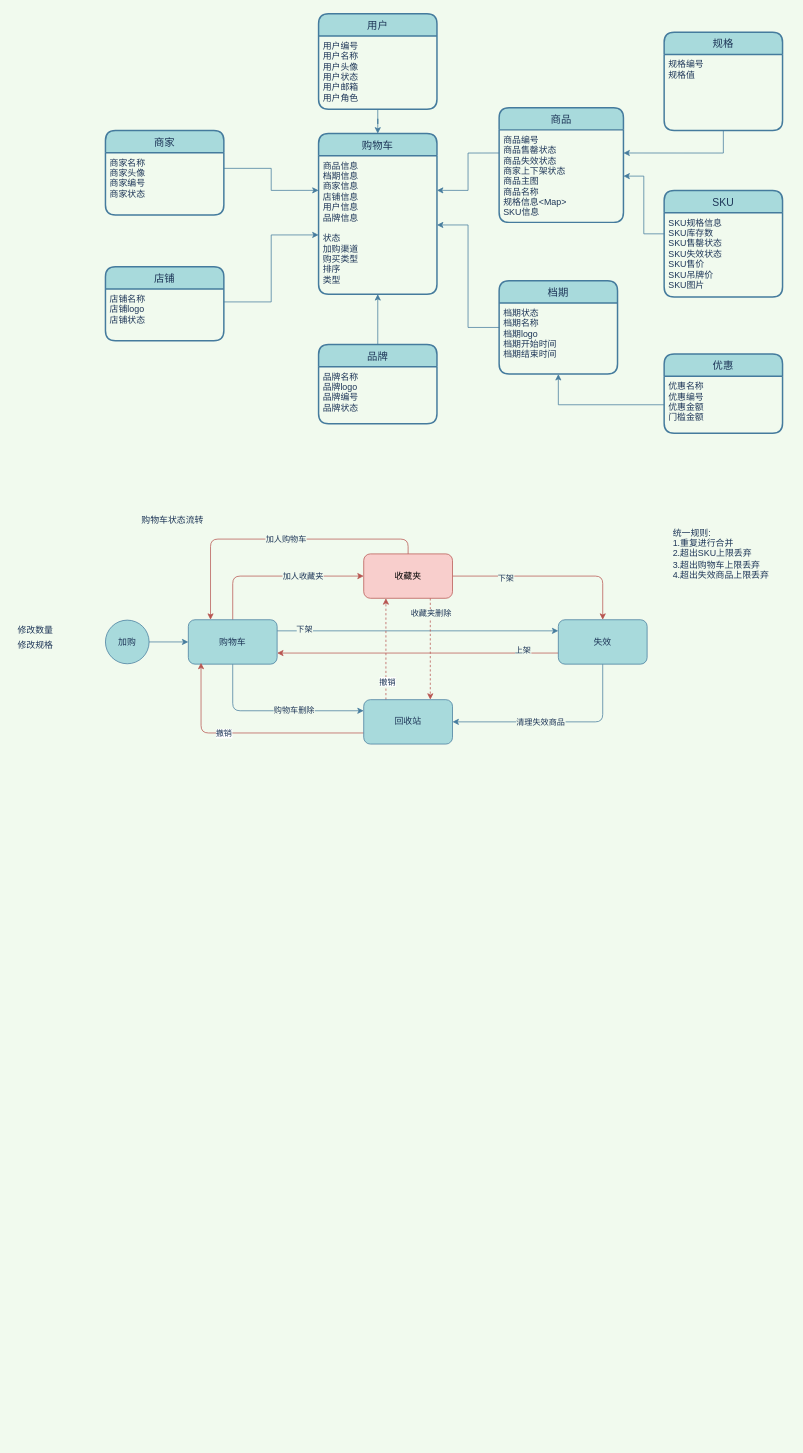
Earlier version of the draw.io diagram 购物车领域模型图.drawio (mingtian110/pc_home). Source tidied: cells renumbered, new cells numbered last; positions are measured from the earlier drawing's top-left corner, leaving out a move shared by most shapes. Both pictures are drawn from the tidied source at 74%, with x=0, y=0 at pixel (13, 13).
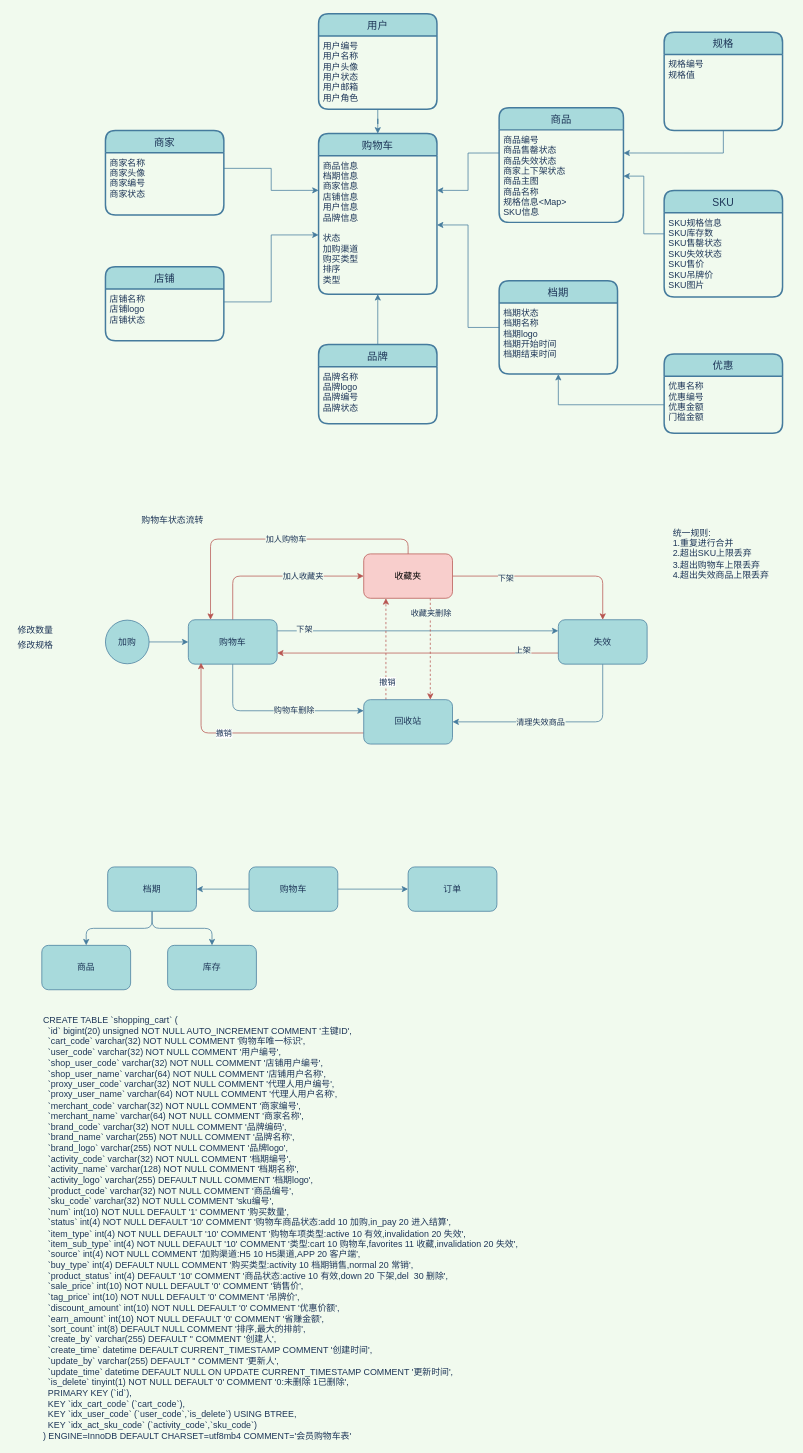
Above is the later version.

Commit message:
更新购物车领域模型图.drawio

What changed in the source:
```diff
@@
+    <mxCell id="61" style="edgeStyle=orthogonalEdgeStyle;rounded=1;sketch=0;jettySize=auto;html=1;exitX=0;exitY=0.5;exitDx=0;exitDy=0;strokeColor=#457B9D;fillColor=#A8DADC;fontColor=#1D3557;" parent="1" edge="1" source="63" target="67">
+      <mxGeometry relative="1" as="geometry" />
+    </mxCell>
+    <mxCell id="62" style="edgeStyle=orthogonalEdgeStyle;rounded=1;sketch=0;jettySize=auto;html=1;exitX=1;exitY=0.5;exitDx=0;exitDy=0;strokeColor=#457B9D;fillColor=#A8DADC;fontColor=#1D3557;" parent="1" edge="1" source="63" target="64">
+      <mxGeometry relative="1" as="geometry" />
+    </mxCell>
+    <mxCell id="63" value="购物车" style="rounded=1;whiteSpace=wrap;html=1;sketch=0;strokeColor=#457B9D;fillColor=#A8DADC;fontColor=#1D3557;" parent="1" vertex="1">
+      <mxGeometry x="319" y="1153" width="120" height="60" as="geometry" />
+    </mxCell>
+    <mxCell id="64" value="订单" style="rounded=1;whiteSpace=wrap;html=1;sketch=0;strokeColor=#457B9D;fillColor=#A8DADC;fontColor=#1D3557;" parent="1" vertex="1">
+      <mxGeometry x="534" y="1153" width="120" height="60" as="geometry" />
+    </mxCell>
+    <mxCell id="65" style="edgeStyle=orthogonalEdgeStyle;rounded=1;sketch=0;jettySize=auto;html=1;exitX=0.5;exitY=1;exitDx=0;exitDy=0;strokeColor=#457B9D;fillColor=#A8DADC;fontColor=#1D3557;" parent="1" edge="1" source="67" target="68">
+      <mxGeometry relative="1" as="geometry" />
+    </mxCell>
+    <mxCell id="66" style="edgeStyle=orthogonalEdgeStyle;rounded=1;sketch=0;jettySize=auto;html=1;exitX=0.5;exitY=1;exitDx=0;exitDy=0;strokeColor=#457B9D;fillColor=#A8DADC;fontColor=#1D3557;" parent="1" edge="1" source="67" target="69">
+      <mxGeometry relative="1" as="geometry" />
+    </mxCell>
+    <mxCell id="67" value="档期" style="rounded=1;whiteSpace=wrap;html=1;sketch=0;strokeColor=#457B9D;fillColor=#A8DADC;fontColor=#1D3557;" parent="1" vertex="1">
+      <mxGeometry x="128" y="1153" width="120" height="60" as="geometry" />
+    </mxCell>
+    <mxCell id="68" value="商品" style="rounded=1;whiteSpace=wrap;html=1;sketch=0;strokeColor=#457B9D;fillColor=#A8DADC;fontColor=#1D3557;" parent="1" vertex="1">
+      <mxGeometry x="39" y="1259" width="120" height="60" as="geometry" />
+    </mxCell>
+    <mxCell id="69" value="库存" style="rounded=1;whiteSpace=wrap;html=1;sketch=0;strokeColor=#457B9D;fillColor=#A8DADC;fontColor=#1D3557;" parent="1" vertex="1">
+      <mxGeometry x="209" y="1259" width="120" height="60" as="geometry" />
+    </mxCell>
+    <mxCell id="70" value="CREATE TABLE `shopping_cart` (&lt;br&gt;&amp;nbsp; `id` bigint(20) unsigned NOT NULL AUTO_INCREMENT COMMENT '主键ID',&lt;br&gt;&amp;nbsp; `cart_code` varchar(32) NOT NULL COMMENT '购物车唯一标识',&lt;br&gt;&amp;nbsp; `user_code` varchar(32) NOT NULL COMMENT '用户编号',&lt;br&gt;&amp;nbsp; `shop_user_code` varchar(32) NOT NULL COMMENT '店铺用户编号',&lt;br&gt;&amp;nbsp; `shop_user_name` varchar(64) NOT NULL COMMENT '店铺用户名称',&lt;br&gt;&amp;nbsp; `proxy_user_code` varchar(32) NOT NULL COMMENT '代理人用户编号',&lt;br&gt;&amp;nbsp; `proxy_user_name` varchar(64) NOT NULL COMMENT '代理人用户名称',&lt;br&gt;&amp;nbsp; `merchant_code` varchar(32) NOT NULL COMMENT '商家编号',&lt;br&gt;&amp;nbsp; `merchant_name` varchar(64) NOT NULL COMMENT '商家名称',&lt;br&gt;&amp;nbsp; `brand_code` varchar(32) NOT NULL COMMENT '品牌编码',&lt;br&gt;&amp;nbsp; `brand_name` varchar(255) NOT NULL COMMENT '品牌名称',&lt;br&gt;&amp;nbsp; `brand_logo` varchar(255) NOT NULL COMMENT '品牌logo',&lt;br&gt;&amp;nbsp; `activity_code` varchar(32) NOT NULL COMMENT '档期编号',&lt;br&gt;&amp;nbsp; `activity_name` varchar(128) NOT NULL COMMENT '档期名称',&lt;br&gt;&amp;nbsp; `activity_logo` varchar(255) DEFAULT NULL COMMENT '档期logo',&lt;br&gt;&amp;nbsp; `product_code` varchar(32) NOT NULL COMMENT '商品编号',&lt;br&gt;&amp;nbsp; `sku_code` varchar(32) NOT NULL COMMENT 'sku编号',&lt;br&gt;&amp;nbsp; `num` int(10) NOT NULL DEFAULT '1' COMMENT '购买数量',&lt;br&gt;&amp;nbsp; `status` int(4) NOT NULL DEFAULT '10' COMMENT '购物车商品状态:add 10 加购,in_pay 20 进入结算',&lt;br&gt;&amp;nbsp; `item_type` int(4) NOT NULL DEFAULT '10' COMMENT '购物车项类型:active 10 有效,invalidation 20 失效',&lt;br&gt;&amp;nbsp; `item_sub_type` int(4) NOT NULL DEFAULT '10' COMMENT '类型:cart 10 购物车,favorites 11 收藏,invalidation 20 失效',&lt;br&gt;&amp;nbsp; `source` int(4) NOT NULL COMMENT '加购渠道:H5 10 H5渠道,APP 20 客户端',&lt;br&gt;&amp;nbsp; `buy_type` int(4) DEFAULT NULL COMMENT '购买类型:activity 10 档期销售,normal 20 常销',&lt;br&gt;&amp;nbsp; `product_status` int(4) DEFAULT '10' COMMENT '商品状态:active 10 有效,down 20 下架,del&amp;nbsp; 30 删除',&lt;br&gt;&amp;nbsp; `sale_price` int(10) NOT NULL DEFAULT '0' COMMENT '销售价',&lt;br&gt;&amp;nbsp; `tag_price` int(10) NOT NULL DEFAULT '0' COMMENT '吊牌价',&lt;br&gt;&amp;nbsp; `discount_amount` int(10) NOT NULL DEFAULT '0' COMMENT '优惠价额',&lt;br&gt;&amp;nbsp; `earn_amount` int(10) NOT NULL DEFAULT '0' COMMENT '省赚金额',&lt;br&gt;&amp;nbsp; `sort_count` int(8) DEFAULT NULL COMMENT '排序,最大的排前',&lt;br&gt;&amp;nbsp; `create_by` varchar(255) DEFAULT '' COMMENT '创建人',&lt;br&gt;&amp;nbsp; `create_time` datetime DEFAULT CURRENT_TIMESTAMP COMMENT '创建时间',&lt;br&gt;&amp;nbsp; `update_by` varchar(255) DEFAULT '' COMMENT '更新人',&lt;br&gt;&amp;nbsp; `update_time` datetime DEFAULT NULL ON UPDATE CURRENT_TIMESTAMP COMMENT '更新时间',&lt;br&gt;&amp;nbsp; `is_delete` tinyint(1) NOT NULL DEFAULT '0' COMMENT '0:未删除 1已删除',&lt;br&gt;&amp;nbsp; PRIMARY KEY (`id`),&lt;br&gt;&amp;nbsp; KEY `idx_cart_code` (`cart_code`),&lt;br&gt;&amp;nbsp; KEY `idx_user_code` (`user_code`,`is_delete`) USING BTREE,&lt;br&gt;&amp;nbsp; KEY `idx_act_sku_code` (`activity_code`,`sku_code`)&lt;br&gt;) ENGINE=InnoDB DEFAULT CHARSET=utf8mb4 COMMENT='会员购物车表'" style="text;html=1;strokeColor=none;fillColor=none;align=left;verticalAlign=middle;whiteSpace=wrap;rounded=0;sketch=0;fontColor=#1D3557;" parent="1" vertex="1">
+      <mxGeometry x="39" y="1352" width="909" height="577" as="geometry" />
+    </mxCell>
```
